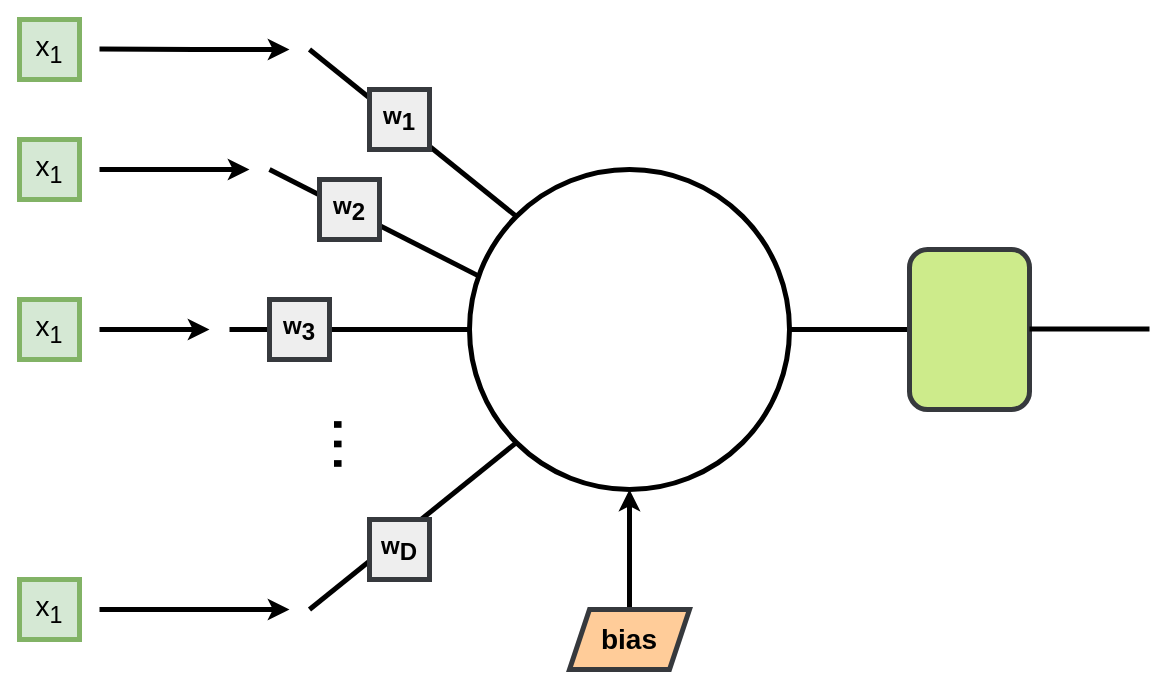
This is perceptron.drawio from giacicunb/fiocruz, a draw.io file, before an edit. Source tidied: cells renumbered, new cells numbered last; positions are measured from the earlier drawing's top-left corner, leaving out a move shared by most shapes. Both pictures are drawn from the tidied source at 100%, with x=0, y=0 at pixel (19, 19).
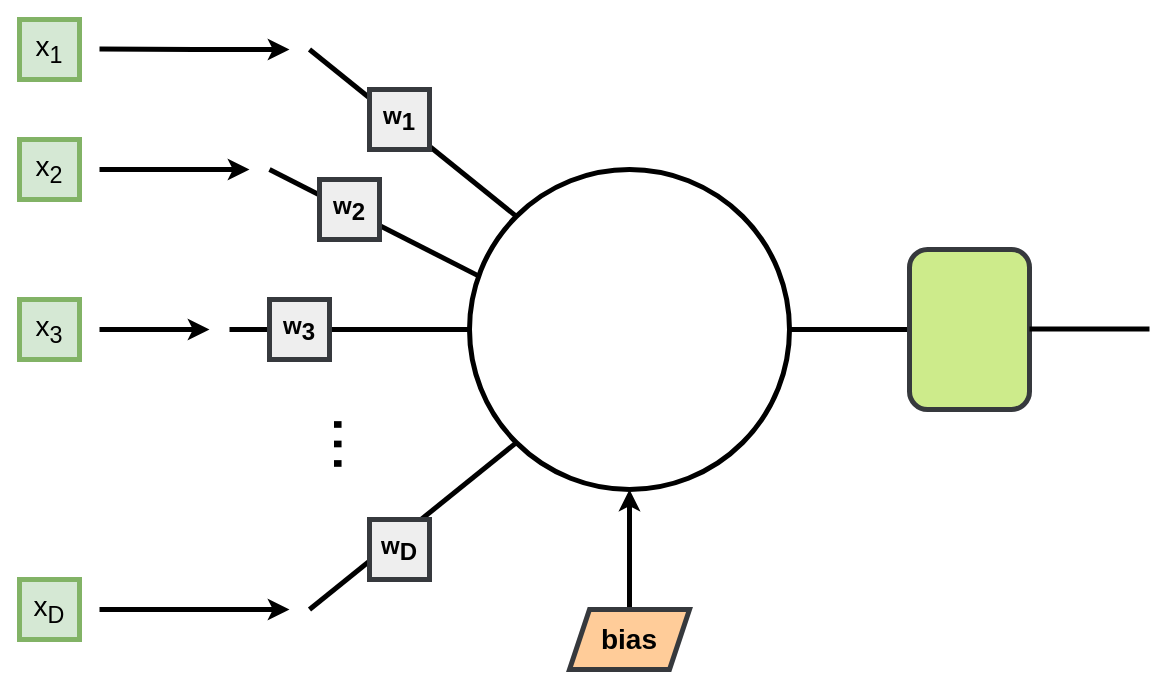
Above is the later version.

Change to the diagram source:
```diff
@@
-    <mxCell id="21" value="&lt;font style=&quot;font-size: 28px;&quot;&gt;x&lt;sub&gt;1&lt;/sub&gt;&lt;/font&gt;" style="rounded=0;whiteSpace=wrap;html=1;fillColor=#d5e8d4;strokeColor=#82b366;strokeWidth=5;" parent="1" vertex="1">
+    <mxCell id="21" value="&lt;font style=&quot;font-size: 28px;&quot;&gt;x&lt;sub&gt;2&lt;/sub&gt;&lt;/font&gt;" style="rounded=0;whiteSpace=wrap;html=1;fillColor=#d5e8d4;strokeColor=#82b366;strokeWidth=5;" parent="1" vertex="1">
       <mxGeometry y="120" width="60" height="60" as="geometry" />
     </mxCell>
@@
-    <mxCell id="23" value="&lt;font style=&quot;font-size: 28px;&quot;&gt;x&lt;sub&gt;1&lt;/sub&gt;&lt;/font&gt;" style="rounded=0;whiteSpace=wrap;html=1;fillColor=#d5e8d4;strokeColor=#82b366;strokeWidth=5;" parent="1" vertex="1">
+    <mxCell id="23" value="&lt;font style=&quot;font-size: 28px;&quot;&gt;x&lt;sub&gt;3&lt;/sub&gt;&lt;/font&gt;" style="rounded=0;whiteSpace=wrap;html=1;fillColor=#d5e8d4;strokeColor=#82b366;strokeWidth=5;" parent="1" vertex="1">
       <mxGeometry y="280" width="60" height="60" as="geometry" />
     </mxCell>
@@
-    <mxCell id="25" value="&lt;font style=&quot;font-size: 28px;&quot;&gt;x&lt;sub&gt;1&lt;/sub&gt;&lt;/font&gt;" style="rounded=0;whiteSpace=wrap;html=1;fillColor=#d5e8d4;strokeColor=#82b366;strokeWidth=5;" parent="1" vertex="1">
+    <mxCell id="25" value="&lt;font style=&quot;font-size: 28px;&quot;&gt;x&lt;sub&gt;D&lt;/sub&gt;&lt;/font&gt;" style="rounded=0;whiteSpace=wrap;html=1;fillColor=#d5e8d4;strokeColor=#82b366;strokeWidth=5;" parent="1" vertex="1">
       <mxGeometry y="560" width="60" height="60" as="geometry" />
     </mxCell>
```
